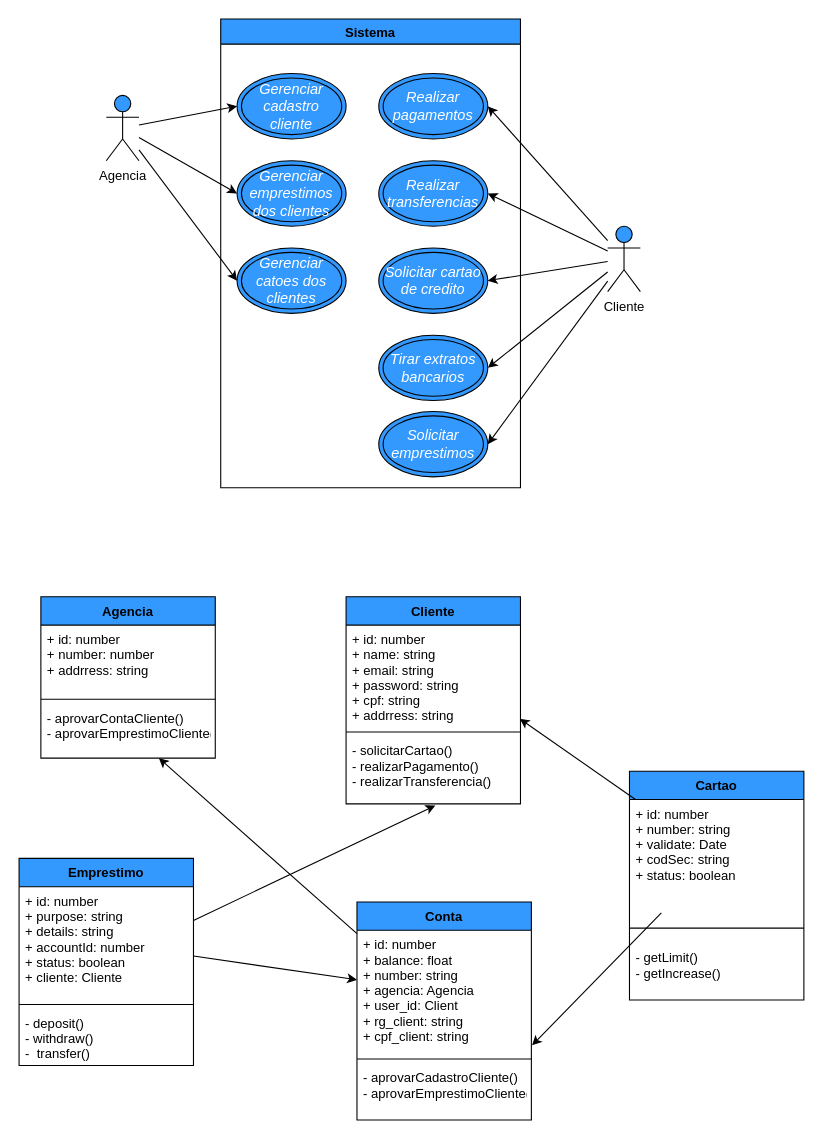
The draw.io diagram documentation/diagrams.drawio in tarcio11/web-II, before the edit. Source tidied: cells renumbered, new cells numbered last; positions are measured from the earlier drawing's top-left corner, leaving out a move shared by most shapes. Both pictures are drawn from the tidied source at 109%, with x=0, y=0 at pixel (19, 19).
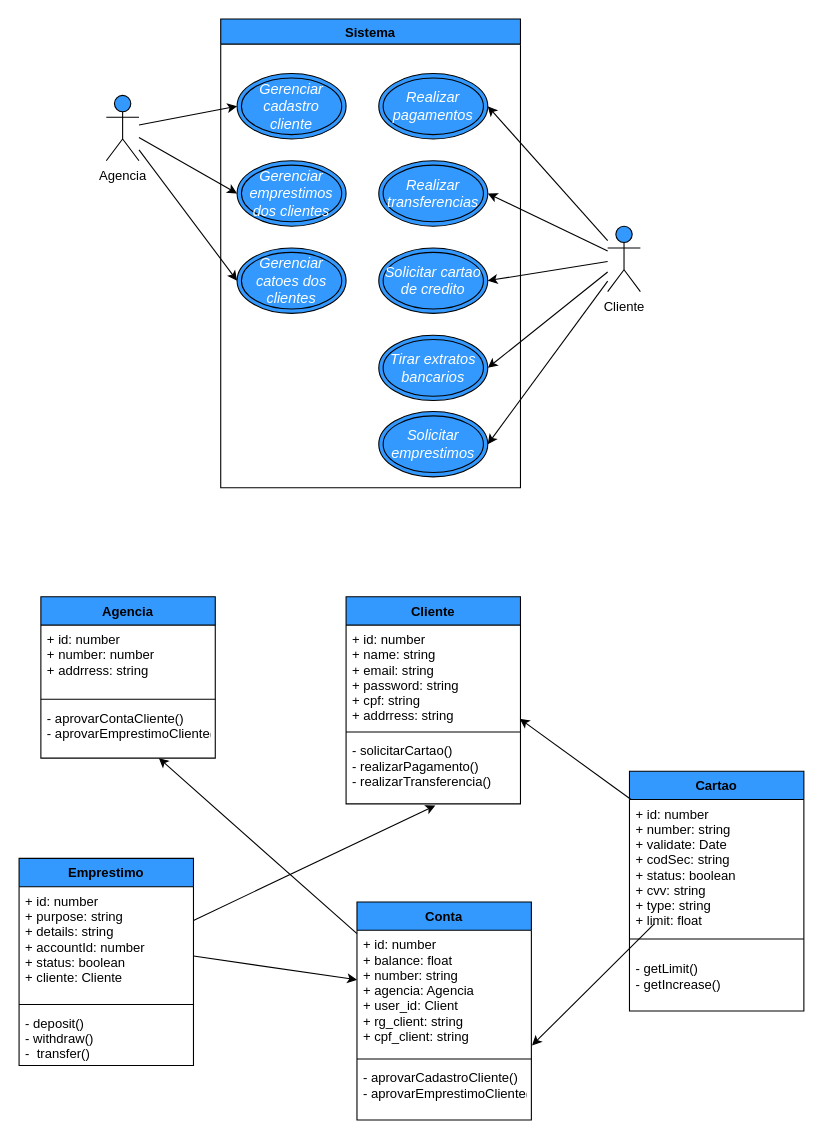
After the change.

What changed in the source:
```diff
@@
     <mxCell id="20" value="Cartao" style="swimlane;fontStyle=1;align=center;verticalAlign=top;horizontal=1;startSize=26;fillColor=#3399FF;" parent="1" vertex="1">
-      <mxGeometry x="560" y="690" width="160" height="210" as="geometry" />
+      <mxGeometry x="560" y="690" width="160" height="220" as="geometry" />
     </mxCell>
-    <mxCell id="21" value="+ id: number&#10;+ number: string&#10;+ validate: Date&#10;+ codSec: string&#10;+ status: boolean" style="text;strokeColor=none;fillColor=none;align=left;verticalAlign=top;spacingLeft=4;spacingRight=4;overflow=hidden;points=[[0,0.5],[1,0.5]];portConstraint=eastwest;" parent="20" vertex="1">
-      <mxGeometry y="26" width="160" height="104" as="geometry" />
+    <mxCell id="21" value="+ id: number&#10;+ number: string&#10;+ validate: Date&#10;+ codSec: string&#10;+ status: boolean&#10;+ cvv: string&#10;+ type: string&#10;+ limit: float" style="text;strokeColor=none;fillColor=none;align=left;verticalAlign=top;spacingLeft=4;spacingRight=4;overflow=hidden;points=[[0,0.5],[1,0.5]];portConstraint=eastwest;" parent="20" vertex="1">
+      <mxGeometry y="26" width="160" height="114" as="geometry" />
     </mxCell>
     <mxCell id="22" style="line;strokeWidth=1;fillColor=none;align=left;verticalAlign=middle;spacingTop=-1;spacingLeft=3;spacingRight=3;labelPosition=right;" parent="20" vertex="1">
-      <mxGeometry y="130" width="160" height="28" as="geometry" />
+      <mxGeometry y="140" width="160" height="28" as="geometry" />
     </mxCell>
     <mxCell id="23" value="- getLimit()&#10;- getIncrease()" style="text;strokeColor=none;fillColor=none;align=left;verticalAlign=top;spacingLeft=4;spacingRight=4;overflow=hidden;" parent="20" vertex="1">
-      <mxGeometry y="158" width="160" height="52" as="geometry" />
+      <mxGeometry y="168" width="160" height="52" as="geometry" />
     </mxCell>
```
